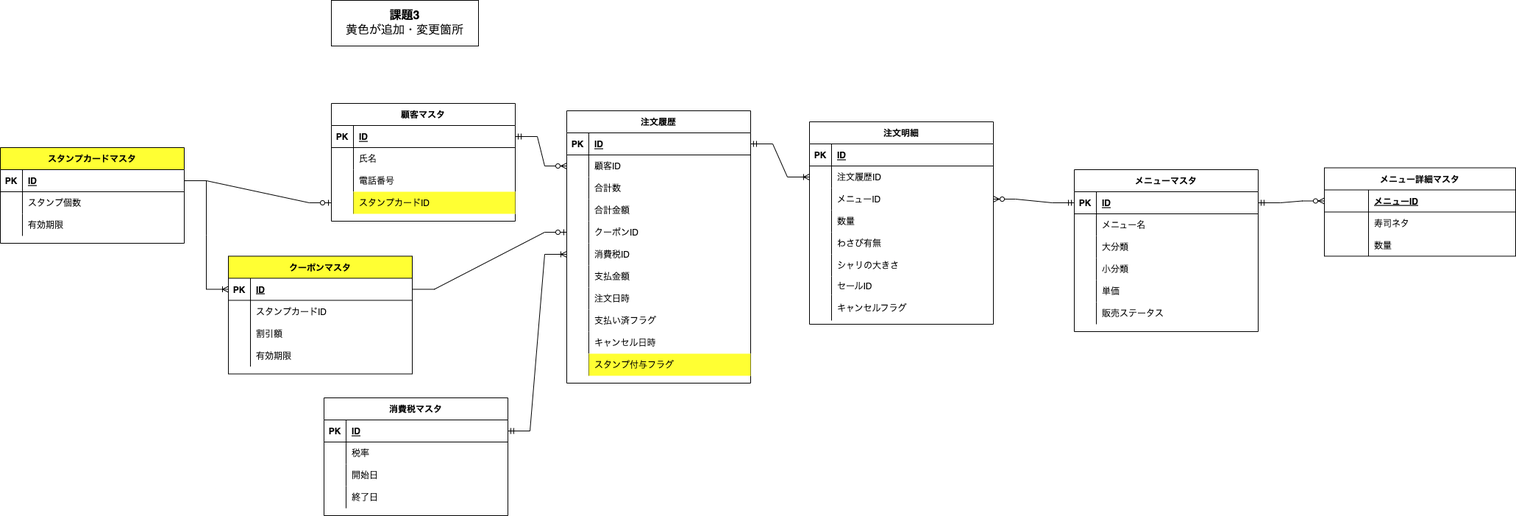
This is 01_データベース設計/DBモデリング1/課題3schema.png from narutaku0914/praha-challenge, a draw.io export, as it was before one commit. Source tidied: cells renumbered, new cells last; positions are measured from the earlier drawing's top-left corner, leaving out a move shared by most shapes.
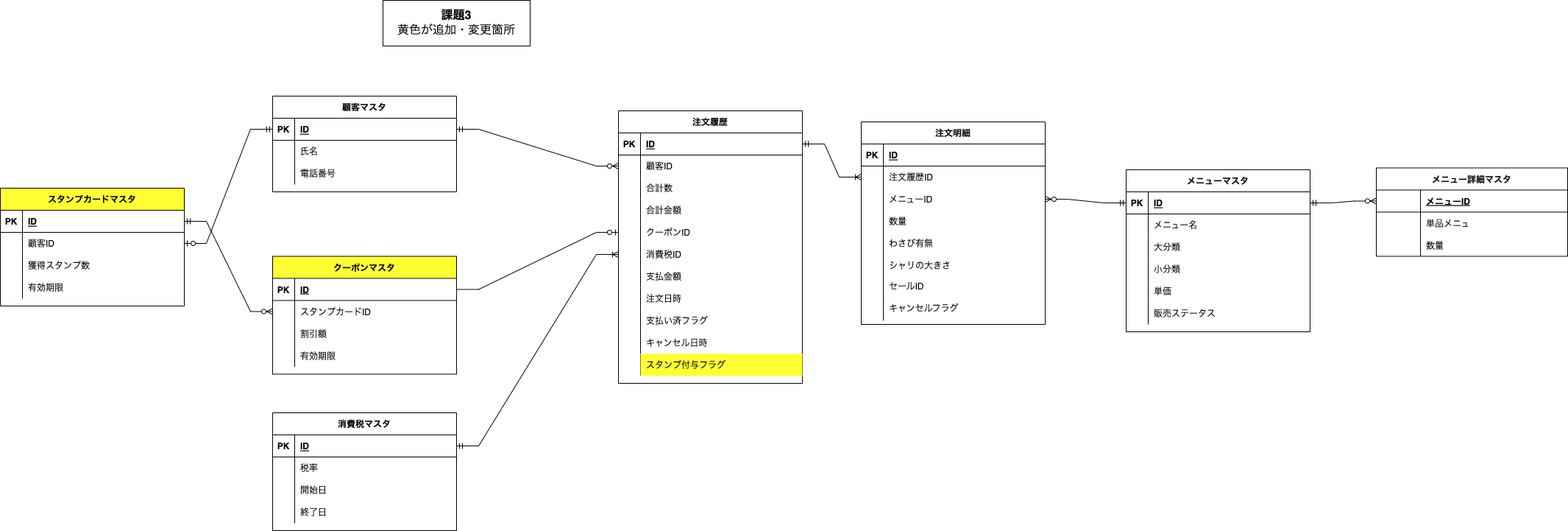
The same file after the commit.

Commit message:
課題2・3メニュー詳細テーブルのカラム名修正

The edit, as a diff of the source:
```diff
@@ -237,7 +237,7 @@
       <mxGeometry x="30" width="220" height="30" as="geometry" />
     </mxCell>
     <mxCell id="80" value="顧客マスタ" style="shape=table;startSize=30;rowLines=0;fontStyle=1;align=center;fillColor=#FFFFFF;swimlaneFillColor=#FFFFFF;" parent="1" vertex="1">
-      <mxGeometry x="450" y="140" width="250" height="160" as="geometry" />
+      <mxGeometry x="300" y="130" width="250" height="130" as="geometry" />
     </mxCell>
     <mxCell id="81" style="shape=partialRectangle;fillColor=none;points=[[0,0.5],[1,0.5]];portConstraint=eastwest;top=0;left=0;right=0;bottom=1;" parent="80" vertex="1">
       <mxGeometry y="30" width="250" height="30" as="geometry" />
@@ -266,17 +266,8 @@
     <mxCell id="89" value="電話番号" style="shape=partialRectangle;overflow=hidden;fillColor=none;top=0;left=0;bottom=0;right=0;align=left;spacingLeft=6;" parent="87" vertex="1">
       <mxGeometry x="30" width="220" height="30" as="geometry" />
     </mxCell>
-    <mxCell id="90" style="shape=partialRectangle;fillColor=none;points=[[0,0.5],[1,0.5]];portConstraint=eastwest;top=0;left=0;right=0;bottom=0;" parent="80" vertex="1">
-      <mxGeometry y="120" width="250" height="30" as="geometry" />
-    </mxCell>
-    <mxCell id="91" style="shape=partialRectangle;overflow=hidden;fillColor=none;top=0;left=0;bottom=0;right=0;" parent="90" vertex="1">
-      <mxGeometry width="30" height="30" as="geometry" />
-    </mxCell>
-    <mxCell id="92" value="スタンプカードID" style="shape=partialRectangle;overflow=hidden;fillColor=#FFFF33;top=0;left=0;bottom=0;right=0;align=left;spacingLeft=6;" parent="90" vertex="1">
-      <mxGeometry x="30" width="220" height="30" as="geometry" />
-    </mxCell>
     <mxCell id="93" value="消費税マスタ" style="shape=table;startSize=30;rowLines=0;fontStyle=1;align=center;fillColor=#FFFFFF;swimlaneFillColor=#FFFFFF;" parent="1" vertex="1">
-      <mxGeometry x="440" y="540" width="250" height="160" as="geometry" />
+      <mxGeometry x="300" y="560" width="250" height="160" as="geometry" />
     </mxCell>
     <mxCell id="94" style="shape=partialRectangle;fillColor=none;points=[[0,0.5],[1,0.5]];portConstraint=eastwest;top=0;left=0;right=0;bottom=1;" parent="93" vertex="1">
       <mxGeometry y="30" width="250" height="30" as="geometry" />
@@ -340,7 +331,7 @@
     <mxCell id="113" style="shape=partialRectangle;fillColor=none;top=0;left=0;bottom=0;right=0;overflow=hidden;" parent="112" vertex="1">
       <mxGeometry width="60" height="30" as="geometry" />
     </mxCell>
-    <mxCell id="114" value="寿司ネタ" style="shape=partialRectangle;fillColor=none;top=0;left=0;bottom=0;right=0;align=left;spacingLeft=6;overflow=hidden;" parent="112" vertex="1">
+    <mxCell id="114" value="単品メニュ" style="shape=partialRectangle;fillColor=none;top=0;left=0;bottom=0;right=0;align=left;spacingLeft=6;overflow=hidden;" parent="112" vertex="1">
       <mxGeometry x="60" width="200" height="30" as="geometry" />
     </mxCell>
     <mxCell id="115" style="shape=tableRow;horizontal=0;startSize=0;swimlaneHead=0;swimlaneBody=0;fillColor=none;top=0;left=0;right=0;bottom=0;" parent="108" vertex="1">
@@ -365,7 +356,7 @@
       <mxGeometry relative="1" as="geometry" />
     </mxCell>
     <mxCell id="122" value="クーポンマスタ" style="shape=table;startSize=30;rowLines=0;fontStyle=1;align=center;fillColor=#FFFF33;swimlaneFillColor=#FFFFFF;" parent="1" vertex="1">
-      <mxGeometry x="310" y="347.5" width="250" height="160" as="geometry" />
+      <mxGeometry x="300" y="347.5" width="250" height="160" as="geometry" />
     </mxCell>
     <mxCell id="123" style="shape=partialRectangle;fillColor=none;points=[[0,0.5],[1,0.5]];portConstraint=eastwest;top=0;left=0;right=0;bottom=1;" parent="122" vertex="1">
       <mxGeometry y="30" width="250" height="30" as="geometry" />
@@ -403,11 +394,8 @@
     <mxCell id="134" value="有効期限" style="shape=partialRectangle;overflow=hidden;fillColor=none;top=0;left=0;bottom=0;right=0;align=left;spacingLeft=6;" parent="132" vertex="1">
       <mxGeometry x="30" width="220" height="30" as="geometry" />
     </mxCell>
-    <mxCell id="135" style="edgeStyle=entityRelationEdgeStyle;fontSize=12;html=1;endArrow=ERzeroToOne;endFill=1;rounded=0;exitX=1;exitY=0.5;exitDx=0;exitDy=0;entryX=0;entryY=0.5;entryDx=0;entryDy=0;" parent="1" edge="1" source="137" target="90">
-      <mxGeometry relative="1" as="geometry" />
-    </mxCell>
     <mxCell id="136" value="スタンプカードマスタ" style="shape=table;startSize=30;rowLines=0;fontStyle=1;align=center;fillColor=#FFFF33;swimlaneFillColor=#FFFFFF;" parent="1" vertex="1">
-      <mxGeometry y="200" width="250" height="130" as="geometry" />
+      <mxGeometry x="-70" y="255" width="250" height="160" as="geometry" />
     </mxCell>
     <mxCell id="137" style="shape=partialRectangle;fillColor=none;points=[[0,0.5],[1,0.5]];portConstraint=eastwest;top=0;left=0;right=0;bottom=1;" parent="136" vertex="1">
       <mxGeometry y="30" width="250" height="30" as="geometry" />
@@ -418,17 +406,26 @@
     <mxCell id="139" value="ID" style="shape=partialRectangle;overflow=hidden;fillColor=none;top=0;left=0;bottom=0;right=0;align=left;spacingLeft=6;fontStyle=5;" parent="137" vertex="1">
       <mxGeometry x="30" width="220" height="30" as="geometry" />
     </mxCell>
+    <mxCell id="148" style="shape=partialRectangle;fillColor=none;points=[[0,0.5],[1,0.5]];portConstraint=eastwest;top=0;left=0;right=0;bottom=0;" parent="136" vertex="1">
+      <mxGeometry y="60" width="250" height="30" as="geometry" />
+    </mxCell>
+    <mxCell id="91" style="shape=partialRectangle;overflow=hidden;fillColor=none;top=0;left=0;bottom=0;right=0;" parent="148" vertex="1">
+      <mxGeometry width="30" height="30" as="geometry" />
+    </mxCell>
+    <mxCell id="149" value="顧客ID" style="shape=partialRectangle;overflow=hidden;fillColor=none;top=0;left=0;bottom=0;right=0;align=left;spacingLeft=6;" parent="148" vertex="1">
+      <mxGeometry x="30" width="220" height="30" as="geometry" />
+    </mxCell>
     <mxCell id="140" style="shape=partialRectangle;fillColor=none;top=0;left=0;right=0;bottom=0;" parent="136" vertex="1">
-      <mxGeometry y="60" width="250" height="30" as="geometry" />
+      <mxGeometry y="90" width="250" height="30" as="geometry" />
     </mxCell>
     <mxCell id="141" style="shape=partialRectangle;overflow=hidden;fillColor=none;top=0;left=0;bottom=0;right=0;" parent="140" vertex="1">
       <mxGeometry width="30" height="30" as="geometry" />
     </mxCell>
-    <mxCell id="142" value="スタンプ個数" style="shape=partialRectangle;overflow=hidden;fillColor=none;top=0;left=0;bottom=0;right=0;align=left;spacingLeft=6;" parent="140" vertex="1">
+    <mxCell id="142" value="獲得スタンプ数" style="shape=partialRectangle;overflow=hidden;fillColor=none;top=0;left=0;bottom=0;right=0;align=left;spacingLeft=6;" parent="140" vertex="1">
       <mxGeometry x="30" width="220" height="30" as="geometry" />
     </mxCell>
     <mxCell id="143" style="shape=partialRectangle;fillColor=none;top=0;left=0;right=0;bottom=0;" parent="136" vertex="1">
-      <mxGeometry y="90" width="250" height="30" as="geometry" />
+      <mxGeometry y="120" width="250" height="30" as="geometry" />
     </mxCell>
     <mxCell id="144" style="shape=partialRectangle;overflow=hidden;fillColor=none;top=0;left=0;bottom=0;right=0;" parent="143" vertex="1">
       <mxGeometry width="30" height="30" as="geometry" />
@@ -439,8 +436,11 @@
     <mxCell id="146" style="edgeStyle=entityRelationEdgeStyle;fontSize=12;html=1;endArrow=ERzeroToOne;endFill=1;rounded=0;exitX=1;exitY=0.5;exitDx=0;exitDy=0;entryX=0;entryY=0.5;entryDx=0;entryDy=0;" parent="1" edge="1" source="123" target="59">
       <mxGeometry relative="1" as="geometry" />
     </mxCell>
-    <mxCell id="147" style="edgeStyle=entityRelationEdgeStyle;fontSize=12;html=1;endArrow=ERoneToMany;rounded=0;exitX=1;exitY=0.5;exitDx=0;exitDy=0;entryX=0;entryY=0.5;entryDx=0;entryDy=0;" parent="1" edge="1" source="137" target="123">
-      <mxGeometry relative="1" as="geometry" />
-    </mxCell>
+    <mxCell id="150" style="edgeStyle=entityRelationEdgeStyle;fontSize=12;html=1;endArrow=ERzeroToOne;startArrow=ERmandOne;rounded=0;exitX=0;exitY=0.5;exitDx=0;exitDy=0;entryX=1;entryY=0.5;entryDx=0;entryDy=0;" parent="1" edge="1" source="81" target="148">
+      <mxGeometry relative="1" as="geometry" />
+    </mxCell>
+    <mxCell id="151" style="edgeStyle=entityRelationEdgeStyle;fontSize=12;html=1;endArrow=ERzeroToMany;startArrow=ERmandOne;rounded=0;entryX=0;entryY=0.5;entryDx=0;entryDy=0;exitX=1;exitY=0.5;exitDx=0;exitDy=0;" parent="1" edge="1" source="137" target="126">
+      <mxGeometry relative="1" as="geometry" />
+    </mxCell>
   </root>
 </mxGraphModel>
```
